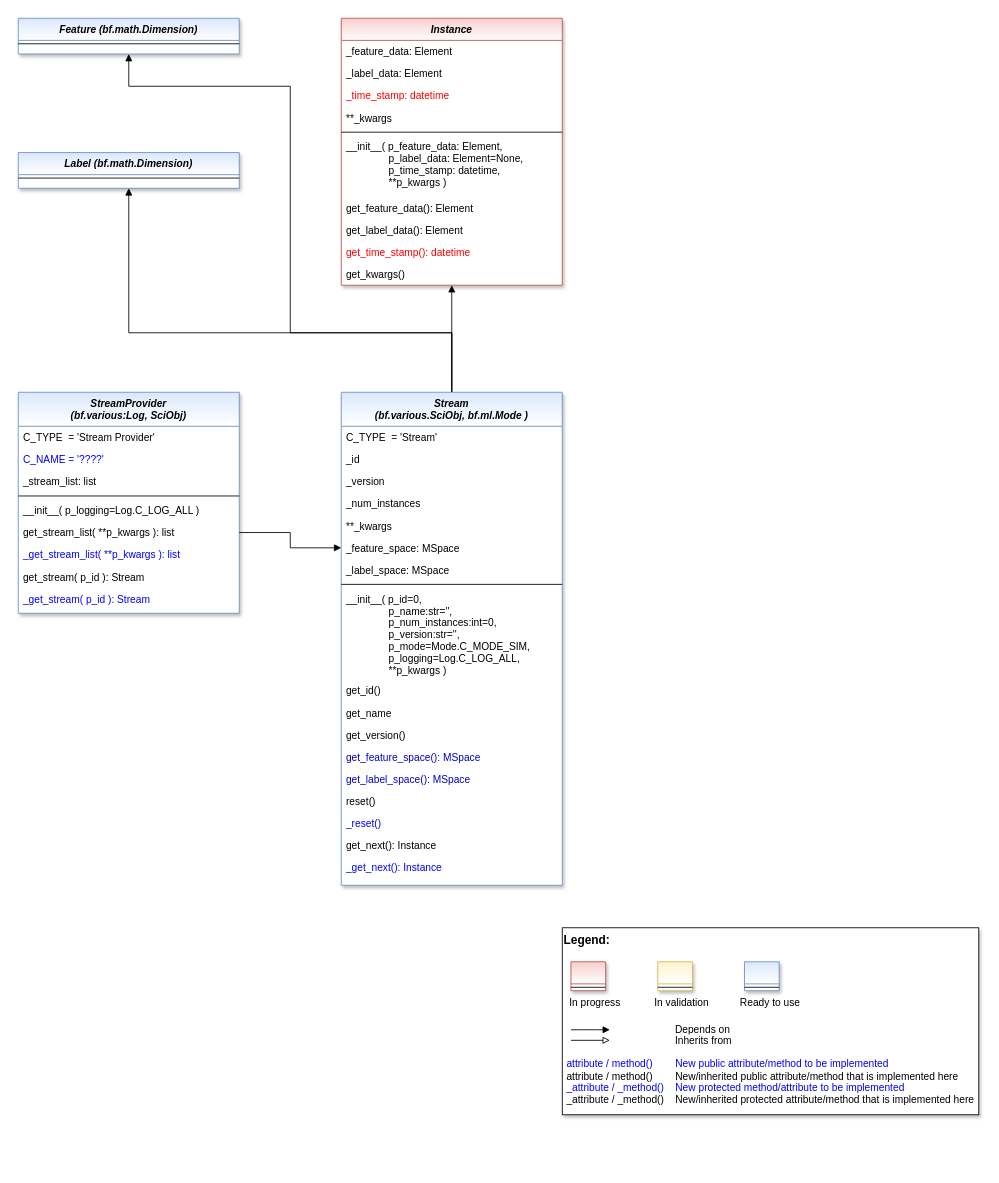
Earlier version of the draw.io diagram doc/rtd/content/append2/core/images/oa/MLPro-OA-Streams_class_diagram.drawio (fhswf/MLPro). Source tidied: cells renumbered, new cells numbered last; positions are measured from the earlier drawing's top-left corner, leaving out a move shared by most shapes. Both pictures are drawn from the tidied source at 85%, with x=0, y=0 at pixel (18, 18).
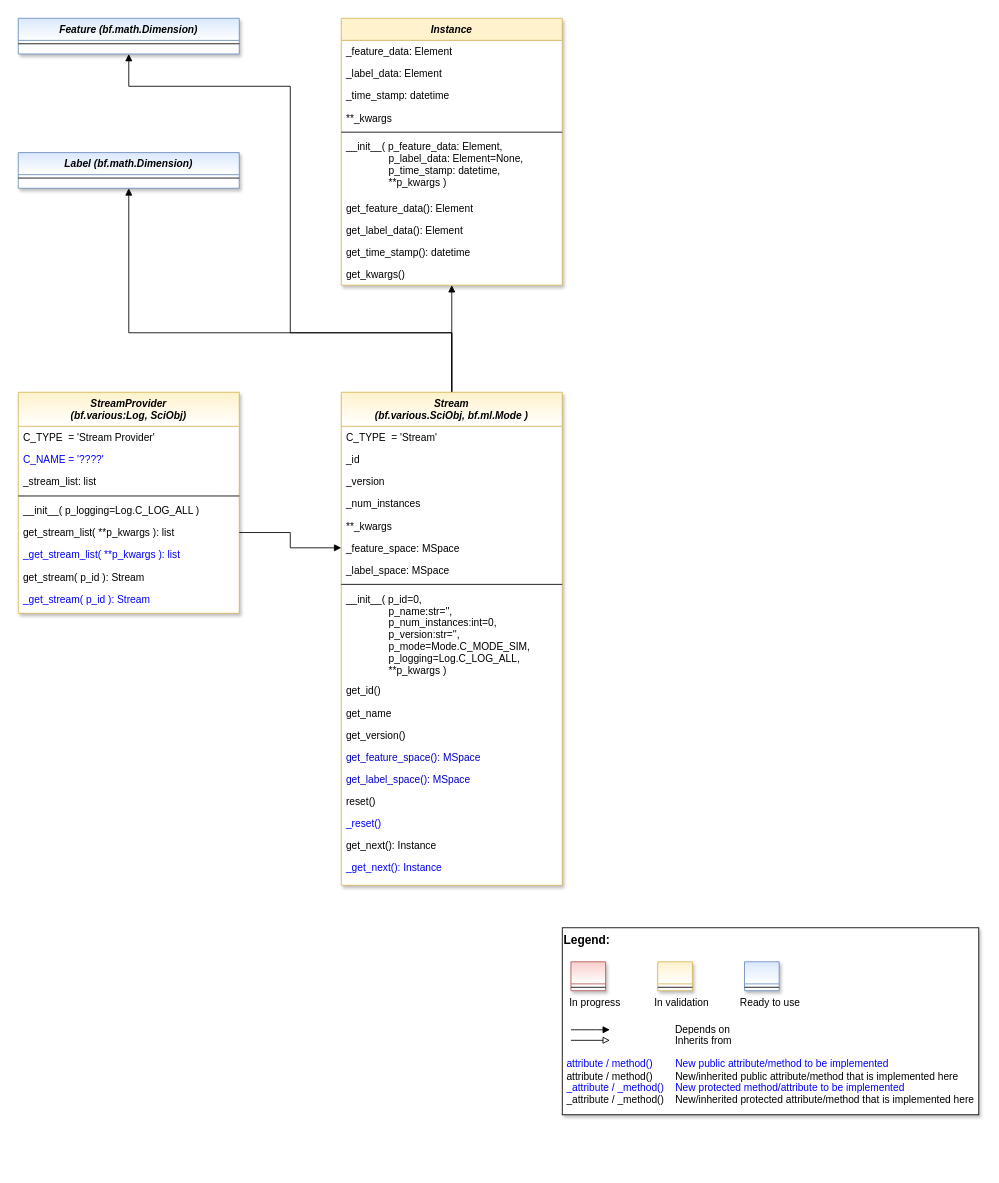
The same diagram, later.

Commit message (it also covers changes not shown here):
timestamp added to the instance class and updated the class diagram

Diff of the diagram source:
```diff
@@
-    <mxCell id="15" value="Stream &#10;(bf.various.SciObj, bf.ml.Mode )" style="swimlane;fontStyle=3;align=center;verticalAlign=top;horizontal=1;startSize=40;rounded=0;shadow=1;strokeWidth=1;fillColor=#dae8fc;strokeColor=#6c8ebf;swimlaneFillColor=#ffffff;gradientColor=#ffffff;" parent="1" vertex="1">
+    <mxCell id="15" value="Stream &#10;(bf.various.SciObj, bf.ml.Mode )" style="swimlane;fontStyle=3;align=center;verticalAlign=top;horizontal=1;startSize=40;rounded=0;shadow=1;strokeWidth=1;fillColor=#fff2cc;strokeColor=#d6b656;swimlaneFillColor=#ffffff;gradientColor=#ffffff;" parent="1" vertex="1">
       <mxGeometry x="380" y="440" width="260" height="580" as="geometry" />
     </mxCell>
@@
-    <mxCell id="36" value="Instance" style="swimlane;fontStyle=3;align=center;verticalAlign=top;horizontal=1;startSize=26;rounded=0;shadow=1;strokeWidth=1;fillColor=#f8cecc;strokeColor=#b85450;swimlaneFillColor=#ffffff;gradientColor=#ffffff;" parent="1" vertex="1">
+    <mxCell id="36" value="Instance" style="swimlane;fontStyle=3;align=center;verticalAlign=top;horizontal=1;startSize=26;rounded=0;shadow=1;strokeWidth=1;fillColor=#fff2cc;strokeColor=#d6b656;swimlaneFillColor=#ffffff;" parent="1" vertex="1">
       <mxGeometry x="380" width="260" height="314" as="geometry" />
     </mxCell>
@@
-    <mxCell id="39" value="_time_stamp: datetime" style="text;align=left;verticalAlign=top;spacingLeft=4;spacingRight=4;overflow=hidden;fontColor=#FF0000;" parent="36" vertex="1">
+    <mxCell id="39" value="_time_stamp: datetime" style="text;align=left;verticalAlign=top;spacingLeft=4;spacingRight=4;overflow=hidden;fontColor=#000000;" parent="36" vertex="1">
       <mxGeometry y="78" width="260" height="26" as="geometry" />
     </mxCell>
@@
-    <mxCell id="45" value="get_time_stamp(): datetime" style="text;align=left;verticalAlign=top;spacingLeft=4;spacingRight=4;overflow=hidden;fontColor=#FF0000;" parent="36" vertex="1">
+    <mxCell id="45" value="get_time_stamp(): datetime" style="text;align=left;verticalAlign=top;spacingLeft=4;spacingRight=4;overflow=hidden;fontColor=#000000;" parent="36" vertex="1">
       <mxGeometry y="262" width="260" height="26" as="geometry" />
     </mxCell>
@@
-    <mxCell id="47" value="StreamProvider &#10;(bf.various:Log, SciObj)" style="swimlane;fontStyle=3;align=center;verticalAlign=top;horizontal=1;startSize=40;rounded=0;shadow=1;strokeWidth=1;fillColor=#dae8fc;strokeColor=#6c8ebf;swimlaneFillColor=#ffffff;gradientColor=#ffffff;" parent="1" vertex="1">
+    <mxCell id="47" value="StreamProvider &#10;(bf.various:Log, SciObj)" style="swimlane;fontStyle=3;align=center;verticalAlign=top;horizontal=1;startSize=40;rounded=0;shadow=1;strokeWidth=1;fillColor=#fff2cc;strokeColor=#d6b656;swimlaneFillColor=#ffffff;gradientColor=#ffffff;" parent="1" vertex="1">
       <mxGeometry y="440" width="260" height="260" as="geometry" />
     </mxCell>
```
